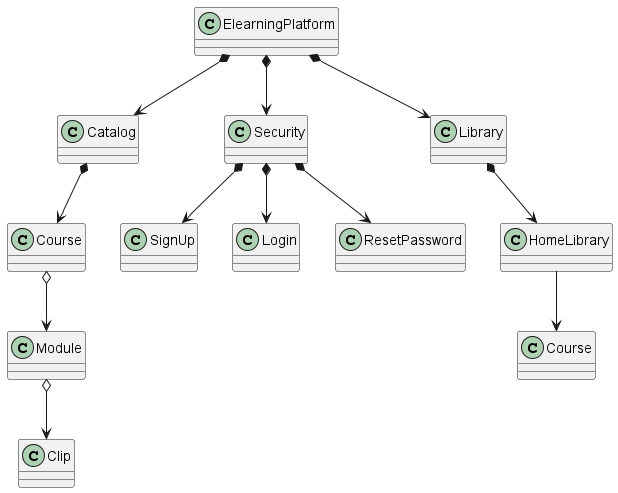
The PlantUML diagram 4+1View/Scenarios/domain-model.png in jmanuelsoberano/CleanArchitectureNetCoreTemplate, before a commit.
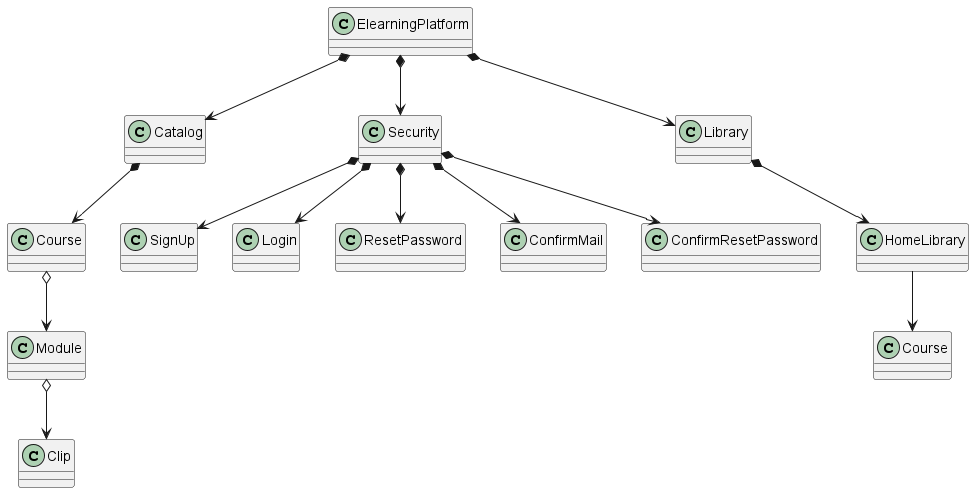
Above is the later version.

Commit message:
Update Diagrams PlanUML & README

Change to the diagram source:
```diff
@@ -13,6 +13,8 @@
 Security *--> SignUp
 Security *--> Login
 Security *--> ResetPassword
+Security *--> ConfirmMail
+Security *--> ConfirmResetPassword
 
 ElearningPlatform *--> Library
 Library *--> HomeLibrary
```
